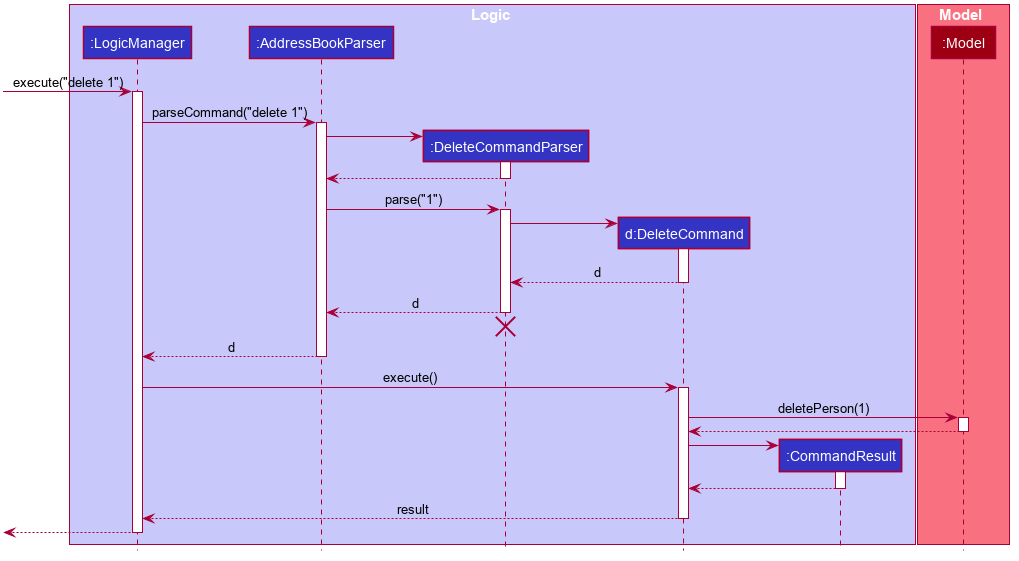
Earlier version of the PlantUML export docs/images/DeleteSequenceDiagram.png (nus-cs2103-AY1920S2/addressbook-level3). Its diagram source:
```plantuml
@startuml








skinparam BackgroundColor #FFFFFFF

skinparam Shadowing false

skinparam Class {
    FontColor #FFFFFF
    BorderThickness 1
    BorderColor #FFFFFF
    StereotypeFontColor #FFFFFF
    FontName Arial
}

skinparam Actor {
    BorderColor #000000
    Color #000000
    FontName Arial
}

skinparam Sequence {
    MessageAlign center
    BoxFontSize 15
    BoxPadding 0
    BoxFontColor #FFFFFF
    FontName Arial
}

skinparam Participant {
    FontColor #FFFFFFF
    Padding 20
}

skinparam MinClassWidth 50
skinparam ParticipantPadding 10
skinparam Shadowing false
skinparam DefaultTextAlignment center
skinparam packageStyle Rectangle

hide footbox
hide members
hide circle

box Logic #C8C8FA
participant ":LogicManager" as LogicManager #3333C4
participant ":AddressBookParser" as AddressBookParser #3333C4
participant ":DeleteCommandParser" as DeleteCommandParser #3333C4
participant "d:DeleteCommand" as DeleteCommand #3333C4
participant ":CommandResult" as CommandResult #3333C4
end box

box Model #F97181
participant ":Model" as Model #9D0012
end box

[-> LogicManager : execute("delete 1")
activate LogicManager

LogicManager -> AddressBookParser : parseCommand("delete 1")
activate AddressBookParser

create DeleteCommandParser
AddressBookParser -> DeleteCommandParser
activate DeleteCommandParser

DeleteCommandParser --> AddressBookParser
deactivate DeleteCommandParser

AddressBookParser -> DeleteCommandParser : parse("1")
activate DeleteCommandParser

create DeleteCommand
DeleteCommandParser -> DeleteCommand
activate DeleteCommand

DeleteCommand --> DeleteCommandParser : d
deactivate DeleteCommand

DeleteCommandParser --> AddressBookParser : d
deactivate DeleteCommandParser
DeleteCommandParser -[hidden]-> AddressBookParser
destroy DeleteCommandParser

AddressBookParser --> LogicManager : d
deactivate AddressBookParser

LogicManager -> DeleteCommand : execute()
activate DeleteCommand

DeleteCommand -> Model : deletePerson(1)
activate Model

Model --> DeleteCommand
deactivate Model

create CommandResult
DeleteCommand -> CommandResult
activate CommandResult

CommandResult --> DeleteCommand
deactivate CommandResult

DeleteCommand --> LogicManager : result
deactivate DeleteCommand

[<--LogicManager
deactivate LogicManager
@enduml
```
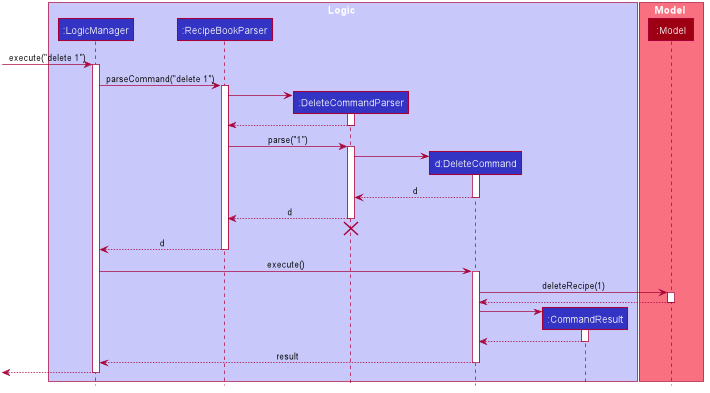
The same diagram one commit later.

Diff of the diagram source:
```diff
@@ -50,7 +50,7 @@
 
 box Logic #C8C8FA
 participant ":LogicManager" as LogicManager #3333C4
-participant ":AddressBookParser" as AddressBookParser #3333C4
+participant ":RecipeBookParser" as AddressBookParser #3333C4
 participant ":DeleteCommandParser" as DeleteCommandParser #3333C4
 participant "d:DeleteCommand" as DeleteCommand #3333C4
 participant ":CommandResult" as CommandResult #3333C4
@@ -94,7 +94,7 @@
 LogicManager -> DeleteCommand : execute()
 activate DeleteCommand
 
-DeleteCommand -> Model : deletePerson(1)
+DeleteCommand -> Model : deleteRecipe(1)
 activate Model
 
 Model --> DeleteCommand
```
